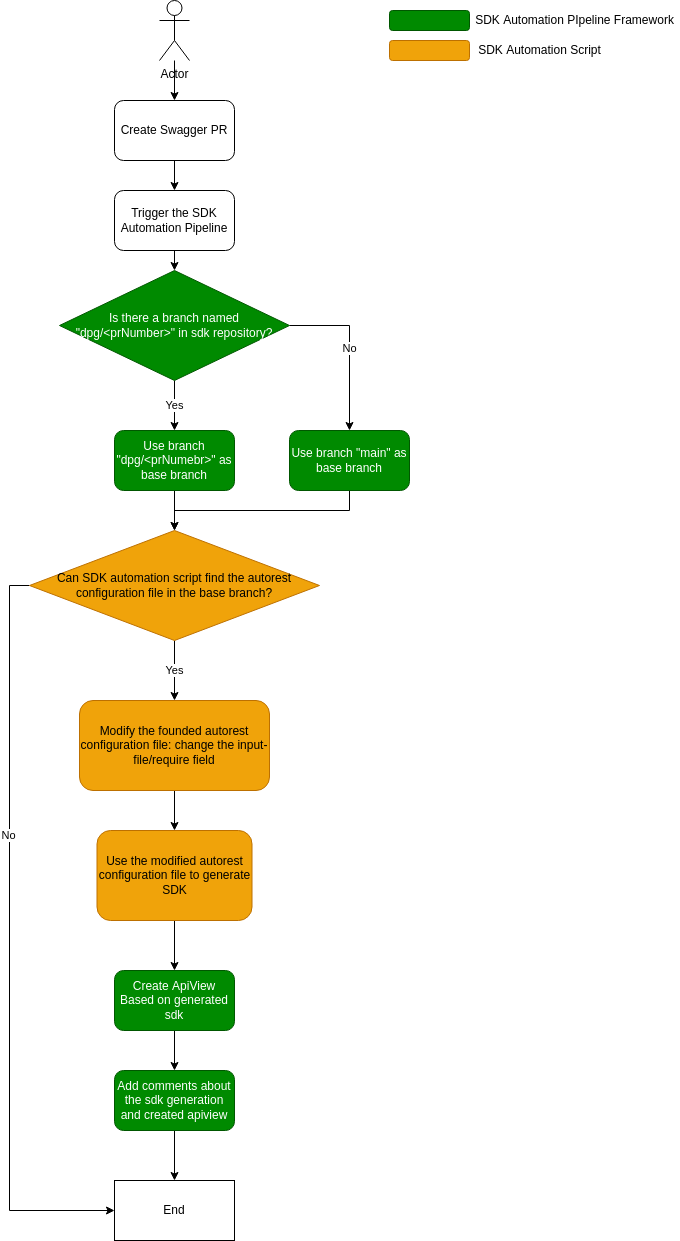
Above: documentation/onboard-dpg-in-sdkautomation/integrate-dpg-and-apiview.png in Azure/azure-rest-api-specs (draw.io), before the change. Source tidied: cells renumbered, new cells last; positions are measured from the earlier drawing's top-left corner, leaving out a move shared by most shapes.
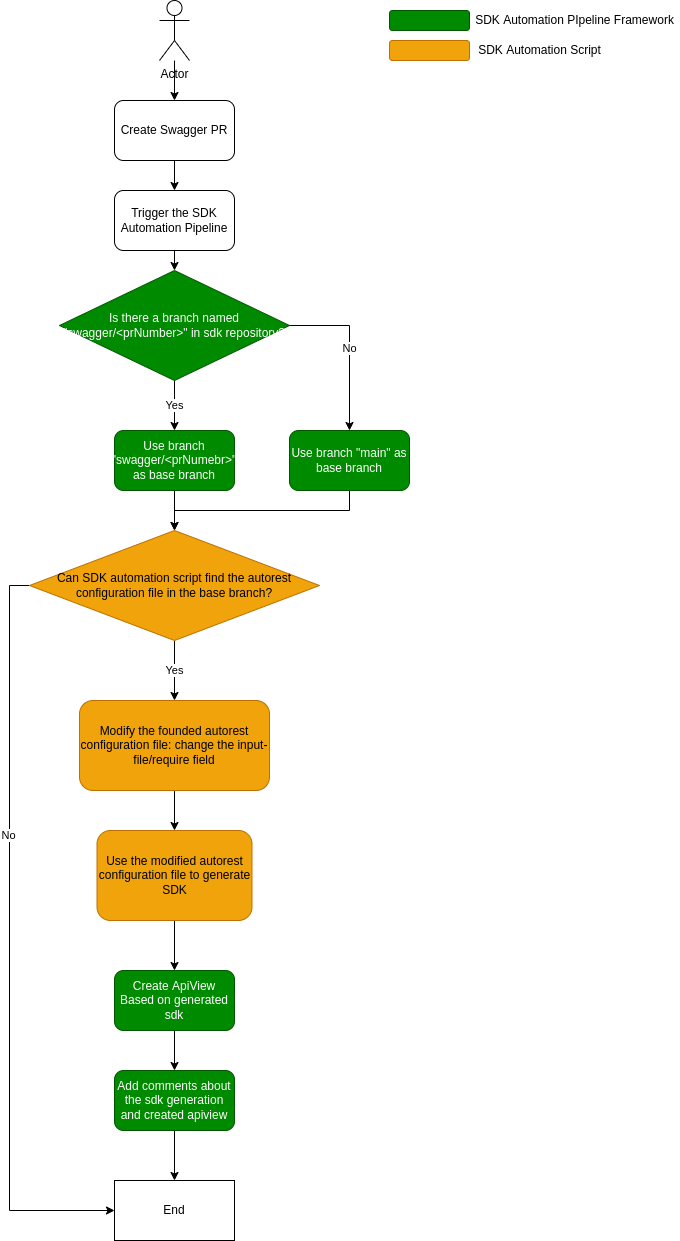
The same file after the commit.

Commit message:
change dpg/prNumber to swagger/prNumber

The edit, as a diff of the source:
```diff
@@ -26,13 +26,13 @@
     <mxCell id="9" value="No" style="edgeStyle=orthogonalEdgeStyle;rounded=0;jettySize=auto;html=1;exitX=1;exitY=0.5;exitDx=0;exitDy=0;entryX=0.5;entryY=0;entryDx=0;entryDy=0;" parent="1" edge="1" source="10" target="14">
       <mxGeometry relative="1" as="geometry" />
     </mxCell>
-    <mxCell id="10" value="Is there a branch named &quot;dpg/&amp;lt;prNumber&amp;gt;&quot; in sdk repository?" style="rhombus;whiteSpace=wrap;html=1;fillColor=#008a00;fontColor=#ffffff;strokeColor=#005700;" parent="1" vertex="1">
+    <mxCell id="10" value="Is there a branch named &quot;swagger/&amp;lt;prNumber&amp;gt;&quot; in sdk repository?" style="rhombus;whiteSpace=wrap;html=1;fillColor=#008a00;fontColor=#ffffff;strokeColor=#005700;" parent="1" vertex="1">
       <mxGeometry x="30" y="270" width="230" height="110" as="geometry" />
     </mxCell>
     <mxCell id="11" style="edgeStyle=orthogonalEdgeStyle;rounded=0;jettySize=auto;html=1;exitX=0.5;exitY=1;exitDx=0;exitDy=0;entryX=0.5;entryY=0;entryDx=0;entryDy=0;" parent="1" edge="1" source="12" target="18">
       <mxGeometry relative="1" as="geometry" />
     </mxCell>
-    <mxCell id="12" value="Use branch &quot;dpg/&amp;lt;prNumebr&amp;gt;&quot; as base branch" style="rounded=1;whiteSpace=wrap;html=1;fillColor=#008a00;fontColor=#ffffff;strokeColor=#005700;" parent="1" vertex="1">
+    <mxCell id="12" value="Use branch &quot;swagger/&amp;lt;prNumebr&amp;gt;&quot; as base branch" style="rounded=1;whiteSpace=wrap;html=1;fillColor=#008a00;fontColor=#ffffff;strokeColor=#005700;" parent="1" vertex="1">
       <mxGeometry x="85" y="430" width="120" height="60" as="geometry" />
     </mxCell>
     <mxCell id="13" style="edgeStyle=orthogonalEdgeStyle;rounded=0;jettySize=auto;html=1;exitX=0.5;exitY=1;exitDx=0;exitDy=0;entryX=0.5;entryY=0;entryDx=0;entryDy=0;" parent="1" edge="1" source="14" target="18">
```
